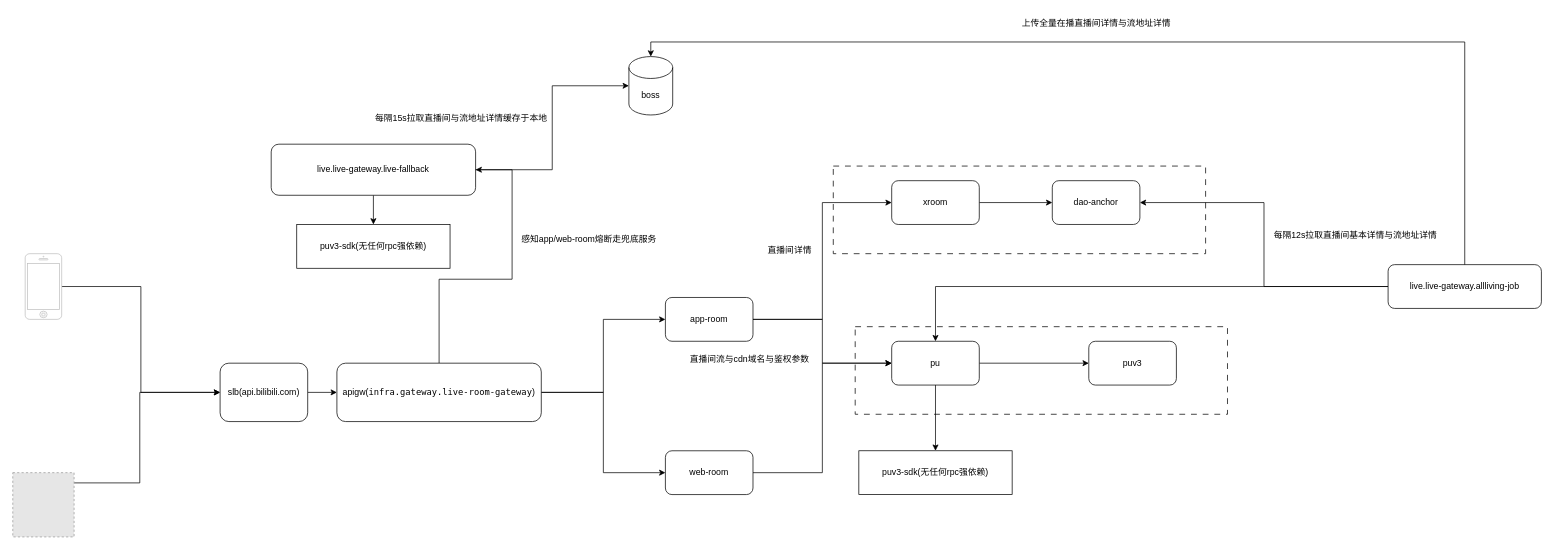
The draw.io diagram 现有直播播放极致兜底方案.drawio in smartcharles/tech_draw, before the edit. Source tidied: cells renumbered, new cells numbered last; positions are measured from the earlier drawing's top-left corner, leaving out a move shared by most shapes. Both pictures are drawn from the tidied source at 73%, with x=0, y=0 at pixel (12, 12). Pictures stored in the file or linked from it are replaced by grey dashed boxes.
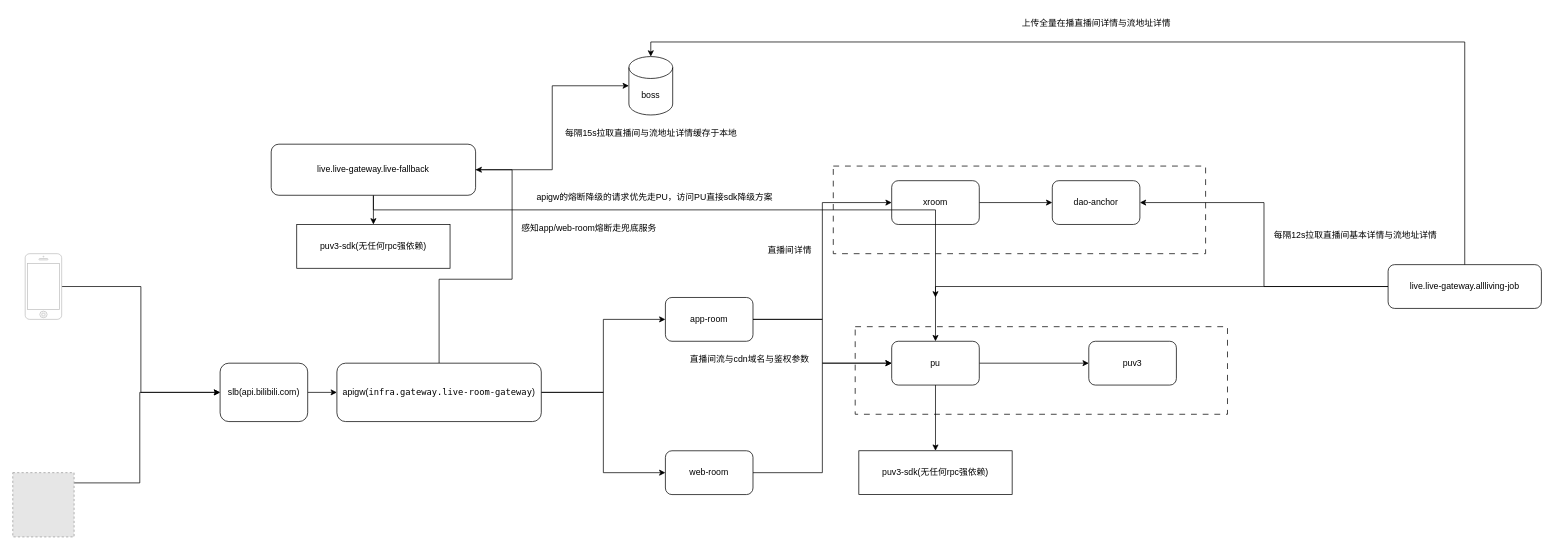
The same page after the edit.

Commit message (it also covers changes not shown here):
更新现有直播播放极致兜底方案.drawio

Unchanged cells that the change refers to:
```xml
<mxCell id="24" value="live.live-gateway.live-fallback" style="rounded=1;whiteSpace=wrap;html=1;" parent="1" vertex="1">
  <mxGeometry x="354" y="180" width="280" height="70" as="geometry" />
</mxCell>
```

Diff of the diagram source:
```diff
@@
+    <mxCell id="42" style="edgeStyle=orthogonalEdgeStyle;rounded=0;jettySize=auto;html=1;" parent="1" edge="1" source="24">
+      <mxGeometry relative="1" as="geometry">
+        <mxPoint x="1264" y="390" as="targetPoint" />
+        <Array as="points">
+          <mxPoint x="494" y="270" />
+          <mxPoint x="1264" y="270" />
+        </Array>
+      </mxGeometry>
+    </mxCell>
@@
     <mxCell id="40" value="每隔15s拉取直播间与流地址详情缓存于本地" style="text;html=1;align=center;verticalAlign=middle;strokeColor=none;fillColor=none;" parent="1" vertex="1">
-      <mxGeometry x="484" y="130" width="260" height="30" as="geometry" />
+      <mxGeometry x="744" y="150" width="260" height="30" as="geometry" />
     </mxCell>
     <mxCell id="41" value="感知app/web-room熔断走兜底服务" style="text;html=1;align=center;verticalAlign=middle;strokeColor=none;fillColor=none;" parent="1" vertex="1">
-      <mxGeometry x="684" y="295" width="210" height="30" as="geometry" />
+      <mxGeometry x="684" y="280" width="210" height="30" as="geometry" />
     </mxCell>
+    <mxCell id="43" value="apigw的熔断降级的请求优先走PU，访问PU直接sdk降级方案" style="text;html=1;align=center;verticalAlign=middle;strokeColor=none;fillColor=none;" parent="1" vertex="1">
+      <mxGeometry x="704" y="238" width="350" height="30" as="geometry" />
+    </mxCell>
```
